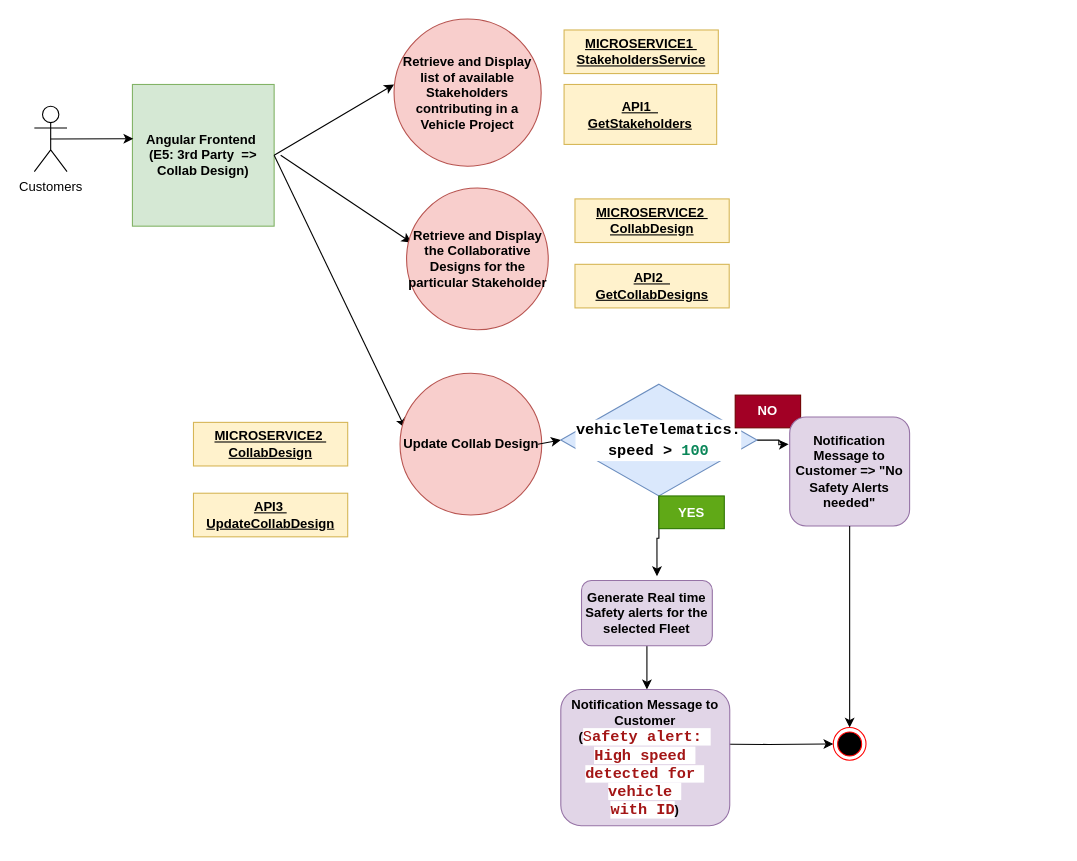
Above: thirdparty.drawio in atheeswaran/Dissertation_VehicleAPIPlatform (draw.io), before the change. Source tidied: cells renumbered, new cells numbered last; positions are measured from the earlier drawing's top-left corner, leaving out a move shared by most shapes. Both pictures are drawn from the tidied source at 109%, with x=0, y=0 at pixel (34, 19).
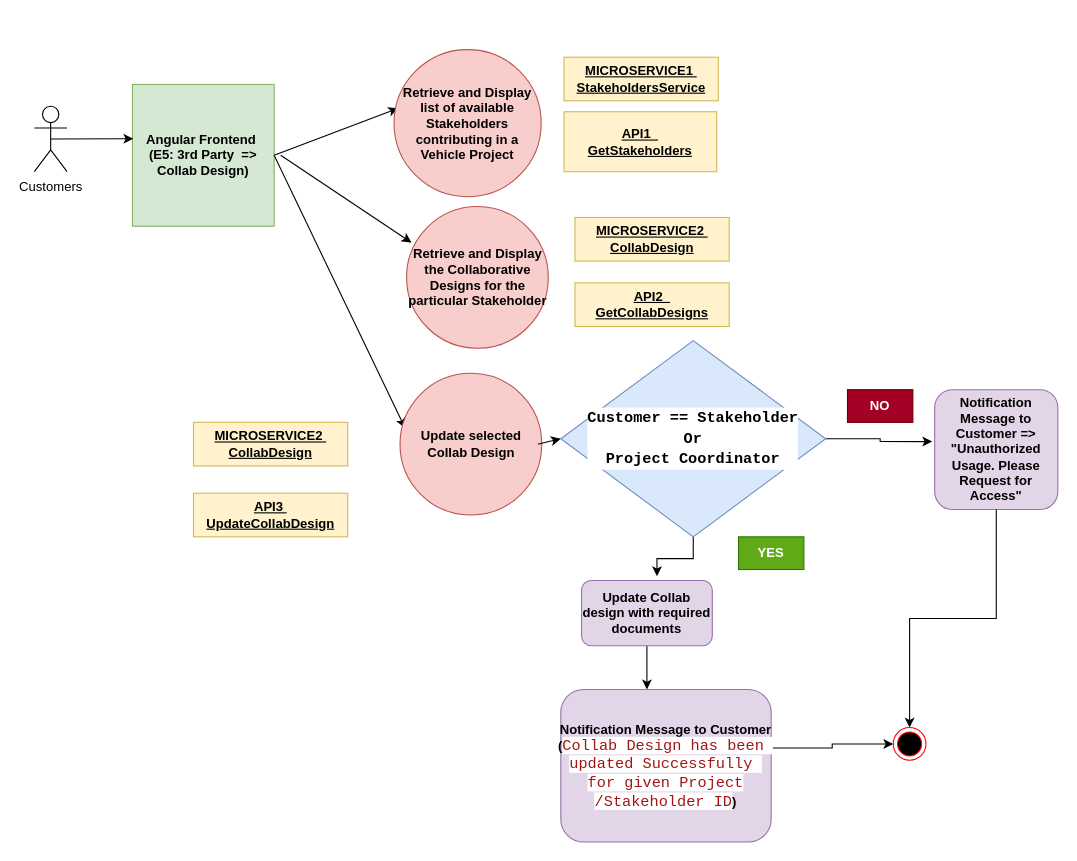
The same page after the edit.

The change refers to these unchanged cells:
```xml
<mxCell id="3" value="&lt;b&gt;Angular Frontend&amp;nbsp; (E5: 3rd Party&amp;nbsp; =&amp;gt; Collab Design)&lt;/b&gt;" style="whiteSpace=wrap;html=1;fillColor=#d5e8d4;strokeColor=#82b366;" parent="1" vertex="1">
  <mxGeometry x="90" y="60" width="130" height="130" as="geometry" />
</mxCell>
```

Change to the diagram source:
```diff
@@
-    <mxCell id="5" style="endArrow=classic;html=1;rounded=0;exitX=1;exitY=0.5;exitDx=0;exitDy=0;" parent="1" edge="1" source="3">
-      <mxGeometry relative="1" as="geometry">
-        <mxPoint x="330" y="60" as="targetPoint" />
-      </mxGeometry>
+    <mxCell id="5" style="endArrow=classic;html=1;rounded=0;exitX=1;exitY=0.5;exitDx=0;exitDy=0;entryX=0.028;entryY=0.399;entryDx=0;entryDy=0;entryPerimeter=0;" parent="1" edge="1" source="3" target="6">
+      <mxGeometry relative="1" as="geometry" />
     </mxCell>
     <mxCell id="6" value="&lt;b&gt;Retrieve and Display list of available Stakeholders contributing in a Vehicle Project&lt;/b&gt;" style="ellipse;whiteSpace=wrap;html=1;fillColor=#f8cecc;strokeColor=#b85450;" parent="1" vertex="1">
-      <mxGeometry x="330" width="135" height="135" as="geometry" />
+      <mxGeometry x="330" y="28" width="135" height="135" as="geometry" />
     </mxCell>
     <mxCell id="7" value="&lt;b&gt;&lt;u&gt;MICROSERVICE1&amp;nbsp;&lt;/u&gt;&lt;/b&gt;&lt;div&gt;&lt;b&gt;&lt;u&gt;StakeholdersService&lt;/u&gt;&lt;/b&gt;&lt;/div&gt;" style="text;html=1;strokeColor=#d6b656;fillColor=#fff2cc;align=center;verticalAlign=middle;whiteSpace=wrap;rounded=0;" parent="1" vertex="1">
-      <mxGeometry x="486" y="10" width="141.5" height="40" as="geometry" />
+      <mxGeometry x="486" y="35" width="141.5" height="40" as="geometry" />
     </mxCell>
     <mxCell id="8" value="&lt;b&gt;&lt;u&gt;API1&amp;nbsp;&amp;nbsp;&lt;/u&gt;&lt;/b&gt;&lt;div&gt;&lt;b&gt;&lt;u&gt;GetStakeholders&lt;/u&gt;&lt;/b&gt;&lt;/div&gt;" style="text;html=1;strokeColor=#d6b656;fillColor=#fff2cc;align=center;verticalAlign=middle;whiteSpace=wrap;rounded=0;" parent="1" vertex="1">
-      <mxGeometry x="486" y="60" width="140" height="55" as="geometry" />
+      <mxGeometry x="486" y="85" width="140" height="55" as="geometry" />
     </mxCell>
@@
     <mxCell id="10" value="&lt;b&gt;Retrieve and Display the Collaborative Designs for the particular Stakeholder&lt;/b&gt;" style="ellipse;whiteSpace=wrap;html=1;fillColor=#f8cecc;strokeColor=#b85450;" parent="1" vertex="1">
-      <mxGeometry x="341.5" y="155" width="130" height="130" as="geometry" />
+      <mxGeometry x="341.5" y="172" width="130" height="130" as="geometry" />
     </mxCell>
     <mxCell id="11" value="&lt;b&gt;&lt;u&gt;MICROSERVICE2&amp;nbsp;&lt;/u&gt;&lt;/b&gt;&lt;div&gt;&lt;b&gt;&lt;u&gt;CollabDesign&lt;/u&gt;&lt;/b&gt;&lt;/div&gt;" style="text;html=1;strokeColor=#d6b656;fillColor=#fff2cc;align=center;verticalAlign=middle;whiteSpace=wrap;rounded=0;" parent="1" vertex="1">
-      <mxGeometry x="496" y="165" width="141.5" height="40" as="geometry" />
+      <mxGeometry x="496" y="182" width="141.5" height="40" as="geometry" />
     </mxCell>
     <mxCell id="12" value="&lt;b&gt;&lt;u&gt;API2&amp;nbsp;&amp;nbsp;&lt;/u&gt;&lt;/b&gt;&lt;div&gt;&lt;b&gt;&lt;u&gt;GetCollabDesigns&lt;/u&gt;&lt;/b&gt;&lt;/div&gt;" style="text;html=1;strokeColor=#d6b656;fillColor=#fff2cc;align=center;verticalAlign=middle;whiteSpace=wrap;rounded=0;" parent="1" vertex="1">
-      <mxGeometry x="496" y="225" width="141.5" height="40" as="geometry" />
+      <mxGeometry x="496" y="242" width="141.5" height="40" as="geometry" />
     </mxCell>
@@
-    <mxCell id="14" value="&lt;b&gt;Update Collab Design&lt;/b&gt;" style="ellipse;whiteSpace=wrap;html=1;fillColor=#f8cecc;strokeColor=#b85450;" parent="1" vertex="1">
+    <mxCell id="14" value="&lt;b&gt;Update selected Collab Design&lt;/b&gt;" style="ellipse;whiteSpace=wrap;html=1;fillColor=#f8cecc;strokeColor=#b85450;" parent="1" vertex="1">
       <mxGeometry x="335.5" y="325" width="130" height="130" as="geometry" />
     </mxCell>
@@
-    <mxCell id="19" style="edgeStyle=orthogonalEdgeStyle;rounded=0;jettySize=auto;html=1;" parent="1" edge="1" source="20">
-      <mxGeometry relative="1" as="geometry">
-        <mxPoint x="692" y="390" as="targetPoint" />
-      </mxGeometry>
+    <mxCell id="19" style="edgeStyle=orthogonalEdgeStyle;rounded=0;jettySize=auto;html=1;entryX=-0.02;entryY=0.433;entryDx=0;entryDy=0;entryPerimeter=0;" parent="1" edge="1" source="20" target="25">
+      <mxGeometry relative="1" as="geometry" />
     </mxCell>
-    <mxCell id="20" value="&lt;div style=&quot;background-color: rgb(255, 255, 255); font-family: Consolas, &amp;quot;Courier New&amp;quot;, monospace; font-size: 14px; line-height: 19px; white-space: pre;&quot;&gt;&lt;div style=&quot;line-height: 19px;&quot;&gt;&lt;b&gt;vehicleTelematics.&lt;/b&gt;&lt;/div&gt;&lt;div style=&quot;line-height: 19px;&quot;&gt;&lt;b&gt;speed &amp;gt; &lt;span style=&quot;color: #098658;&quot;&gt;100&lt;/span&gt;&lt;/b&gt;&lt;/div&gt;&lt;/div&gt;" style="rhombus;whiteSpace=wrap;html=1;fillColor=#dae8fc;strokeColor=#6c8ebf;" parent="1" vertex="1">
-      <mxGeometry x="483" y="335" width="180" height="102.5" as="geometry" />
+    <mxCell id="20" value="&lt;div style=&quot;background-color: rgb(255, 255, 255); font-family: Consolas, &amp;quot;Courier New&amp;quot;, monospace; font-size: 14px; line-height: 19px; white-space: pre;&quot;&gt;&lt;div style=&quot;line-height: 19px;&quot;&gt;&lt;b&gt;Customer == Stakeholder&lt;/b&gt;&lt;/div&gt;&lt;div style=&quot;line-height: 19px;&quot;&gt;&lt;b&gt;Or&lt;/b&gt;&lt;/div&gt;&lt;div style=&quot;line-height: 19px;&quot;&gt;&lt;b&gt;Project Coordinator&lt;/b&gt;&lt;/div&gt;&lt;/div&gt;" style="rhombus;whiteSpace=wrap;html=1;fillColor=#dae8fc;strokeColor=#6c8ebf;" parent="1" vertex="1">
+      <mxGeometry x="483" y="295" width="243" height="180" as="geometry" />
     </mxCell>
@@
-    <mxCell id="22" value="&lt;b&gt;Generate Real time Safety alerts for the selected Fleet&lt;/b&gt;" style="rounded=1;whiteSpace=wrap;html=1;fillColor=#e1d5e7;strokeColor=#9673a6;" parent="1" vertex="1">
+    <mxCell id="22" value="&lt;b&gt;Update Collab design with required documents&lt;/b&gt;" style="rounded=1;whiteSpace=wrap;html=1;fillColor=#e1d5e7;strokeColor=#9673a6;" parent="1" vertex="1">
       <mxGeometry x="502" y="515" width="120" height="60" as="geometry" />
     </mxCell>
     <mxCell id="23" value="&lt;b&gt;YES&lt;/b&gt;" style="text;html=1;strokeColor=#2D7600;fillColor=#60a917;align=center;verticalAlign=middle;whiteSpace=wrap;rounded=0;fontColor=#ffffff;" parent="1" vertex="1">
-      <mxGeometry x="573" y="437.5" width="60" height="30" as="geometry" />
+      <mxGeometry x="646" y="475" width="60" height="30" as="geometry" />
     </mxCell>
     <mxCell id="24" value="&lt;b&gt;NO&lt;/b&gt;" style="text;html=1;strokeColor=#6F0000;fillColor=#a20025;align=center;verticalAlign=middle;whiteSpace=wrap;rounded=0;fontColor=#ffffff;" parent="1" vertex="1">
-      <mxGeometry x="643" y="345" width="60" height="30" as="geometry" />
+      <mxGeometry x="746" y="340" width="60" height="30" as="geometry" />
     </mxCell>
-    <mxCell id="25" value="&lt;b&gt;Notification Message to Customer =&amp;gt; &quot;No Safety Alerts needed&quot;&lt;/b&gt;" style="rounded=1;whiteSpace=wrap;html=1;fillColor=#e1d5e7;strokeColor=#9673a6;" parent="1" vertex="1">
-      <mxGeometry x="693" y="365" width="110" height="100" as="geometry" />
+    <mxCell id="25" value="&lt;b&gt;Notification Message to Customer =&amp;gt; &quot;Unauthorized Usage. Please Request for Access&quot;&lt;/b&gt;" style="rounded=1;whiteSpace=wrap;html=1;fillColor=#e1d5e7;strokeColor=#9673a6;" parent="1" vertex="1">
+      <mxGeometry x="826" y="340" width="113" height="110" as="geometry" />
     </mxCell>
@@
     <mxCell id="27" style="ellipse;html=1;shape=endState;fillColor=#000000;strokeColor=#ff0000;" parent="1" vertex="1">
-      <mxGeometry x="733" y="650" width="30" height="30" as="geometry" />
+      <mxGeometry x="788" y="650" width="30" height="30" as="geometry" />
     </mxCell>
-    <mxCell id="28" style="edgeStyle=orthogonalEdgeStyle;rounded=0;jettySize=auto;html=1;exitX=1;exitY=0.5;exitDx=0;exitDy=0;entryX=0;entryY=0.5;entryDx=0;entryDy=0;" parent="1" edge="1" target="27">
-      <mxGeometry relative="1" as="geometry">
-        <mxPoint x="612.5" y="665" as="sourcePoint" />
-      </mxGeometry>
+    <mxCell id="28" style="edgeStyle=orthogonalEdgeStyle;rounded=0;jettySize=auto;html=1;exitX=1.008;exitY=0.384;exitDx=0;exitDy=0;entryX=0;entryY=0.5;entryDx=0;entryDy=0;exitPerimeter=0;" parent="1" edge="1" source="29" target="27">
+      <mxGeometry relative="1" as="geometry" />
     </mxCell>
-    <mxCell id="29" value="&lt;span style=&quot;font-weight: 700;&quot;&gt;Notification Message to Customer (&lt;/span&gt;&lt;span style=&quot;color: rgb(163, 21, 21); background-color: rgb(255, 255, 255); font-family: Consolas, &amp;quot;Courier New&amp;quot;, monospace; font-size: 14px; white-space: pre;&quot;&gt;S&lt;b&gt;afety alert: &lt;/b&gt;&lt;/span&gt;&lt;div&gt;&lt;span style=&quot;color: rgb(163, 21, 21); background-color: rgb(255, 255, 255); font-family: Consolas, &amp;quot;Courier New&amp;quot;, monospace; font-size: 14px; white-space: pre;&quot;&gt;&lt;b&gt;High speed &lt;/b&gt;&lt;/span&gt;&lt;div&gt;&lt;span style=&quot;color: rgb(163, 21, 21); background-color: rgb(255, 255, 255); font-family: Consolas, &amp;quot;Courier New&amp;quot;, monospace; font-size: 14px; white-space: pre;&quot;&gt;&lt;b&gt;detected for &lt;/b&gt;&lt;/span&gt;&lt;/div&gt;&lt;div&gt;&lt;span style=&quot;color: rgb(163, 21, 21); background-color: rgb(255, 255, 255); font-family: Consolas, &amp;quot;Courier New&amp;quot;, monospace; font-size: 14px; white-space: pre;&quot;&gt;&lt;b&gt;vehicle &lt;/b&gt;&lt;/span&gt;&lt;/div&gt;&lt;div&gt;&lt;span style=&quot;color: rgb(163, 21, 21); background-color: rgb(255, 255, 255); font-family: Consolas, &amp;quot;Courier New&amp;quot;, monospace; font-size: 14px; white-space: pre;&quot;&gt;&lt;b&gt;with ID&lt;/b&gt;&lt;/span&gt;&lt;span style=&quot;font-weight: 700; background-color: initial;&quot;&gt;)&lt;/span&gt;&lt;/div&gt;&lt;/div&gt;" style="rounded=1;whiteSpace=wrap;html=1;fillColor=#e1d5e7;strokeColor=#9673a6;" parent="1" vertex="1">
-      <mxGeometry x="483" y="615" width="155" height="125" as="geometry" />
+    <mxCell id="29" value="&lt;span style=&quot;font-weight: 700;&quot;&gt;Notification Message to Customer (&lt;/span&gt;&lt;font face=&quot;Consolas, Courier New, monospace&quot; color=&quot;#a31515&quot;&gt;&lt;span style=&quot;font-size: 14px; white-space: pre; background-color: rgb(255, 255, 255);&quot;&gt;Collab Design has been &lt;/span&gt;&lt;/font&gt;&lt;div&gt;&lt;font face=&quot;Consolas, Courier New, monospace&quot; color=&quot;#a31515&quot;&gt;&lt;span style=&quot;font-size: 14px; white-space: pre; background-color: rgb(255, 255, 255);&quot;&gt;updated Successfully &lt;/span&gt;&lt;/font&gt;&lt;/div&gt;&lt;div&gt;&lt;font face=&quot;Consolas, Courier New, monospace&quot; color=&quot;#a31515&quot;&gt;&lt;span style=&quot;font-size: 14px; white-space: pre; background-color: rgb(255, 255, 255);&quot;&gt;for given Project&lt;/span&gt;&lt;/font&gt;&lt;/div&gt;&lt;div&gt;&lt;font face=&quot;Consolas, Courier New, monospace&quot; color=&quot;#a31515&quot;&gt;&lt;span style=&quot;font-size: 14px; white-space: pre; background-color: rgb(255, 255, 255);&quot;&gt;/Stakeholder ID&lt;/span&gt;&lt;/font&gt;&lt;span style=&quot;background-color: initial; font-weight: 700;&quot;&gt;)&lt;/span&gt;&lt;/div&gt;" style="rounded=1;whiteSpace=wrap;html=1;fillColor=#e1d5e7;strokeColor=#9673a6;" parent="1" vertex="1">
+      <mxGeometry x="483" y="615" width="193" height="140" as="geometry" />
     </mxCell>
```
